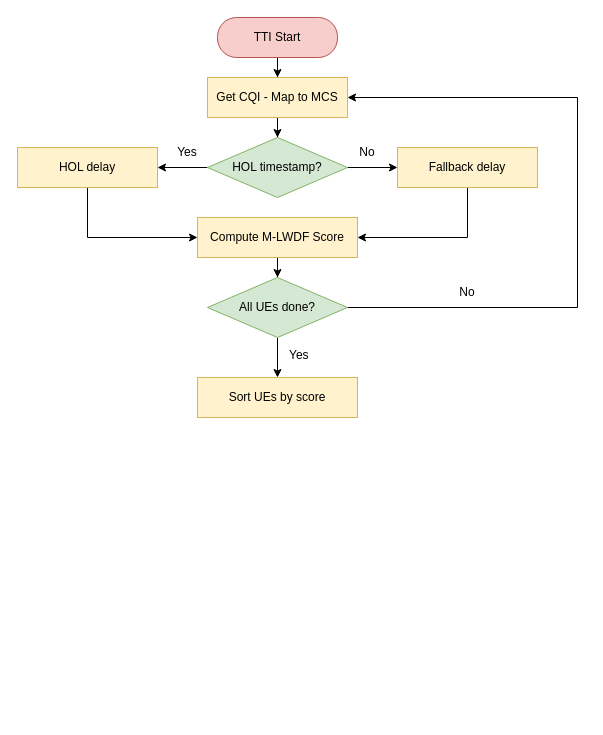
Graduation-Project-VHT/Diagrams keeps this draw.io diagram as QoS-Flowchart.drawio. Above is the earlier version. Source tidied: cells renumbered, new cells numbered last; positions are measured from the earlier drawing's top-left corner, leaving out a move shared by most shapes. Both pictures are drawn from the tidied source at 100%, with x=0, y=0 at pixel (17, 17).
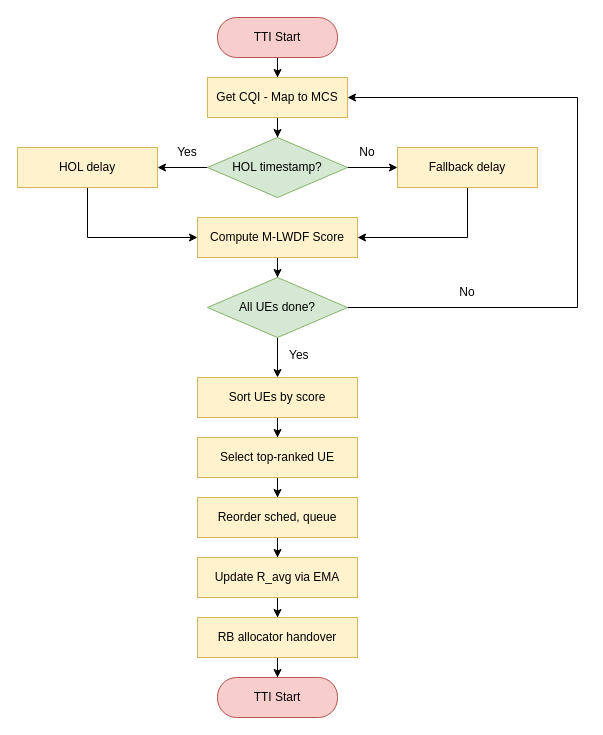
Above is the later version.

The change refers to these unchanged cells:
```xml
<mxCell id="20" value="Sort UEs by score" style="rounded=0;whiteSpace=wrap;html=1;fillColor=#fff2cc;strokeColor=#d6b656;" parent="1" vertex="1">
  <mxGeometry x="180" y="360" width="160" height="40" as="geometry" />
</mxCell>
```

The edit, as a diff of the source:
```diff
@@
+    <mxCell id="23" style="edgeStyle=orthogonalEdgeStyle;rounded=0;jettySize=auto;html=1;" parent="1" edge="1" source="20" target="25">
+      <mxGeometry relative="1" as="geometry" />
+    </mxCell>
@@
+    <mxCell id="24" style="edgeStyle=orthogonalEdgeStyle;rounded=0;jettySize=auto;html=1;entryX=0.5;entryY=0;entryDx=0;entryDy=0;" parent="1" edge="1" source="25" target="27">
+      <mxGeometry relative="1" as="geometry" />
+    </mxCell>
+    <mxCell id="25" value="Select top-ranked UE" style="rounded=0;whiteSpace=wrap;html=1;fillColor=#fff2cc;strokeColor=#d6b656;" parent="1" vertex="1">
+      <mxGeometry x="180" y="420" width="160" height="40" as="geometry" />
+    </mxCell>
+    <mxCell id="26" style="edgeStyle=orthogonalEdgeStyle;rounded=0;jettySize=auto;html=1;entryX=0.5;entryY=0;entryDx=0;entryDy=0;" parent="1" edge="1" source="27" target="29">
+      <mxGeometry relative="1" as="geometry" />
+    </mxCell>
+    <mxCell id="27" value="Reorder sched, queue" style="rounded=0;whiteSpace=wrap;html=1;fillColor=#fff2cc;strokeColor=#d6b656;" parent="1" vertex="1">
+      <mxGeometry x="180" y="480" width="160" height="40" as="geometry" />
+    </mxCell>
+    <mxCell id="28" style="edgeStyle=orthogonalEdgeStyle;rounded=0;jettySize=auto;html=1;entryX=0.5;entryY=0;entryDx=0;entryDy=0;" parent="1" edge="1" source="29" target="31">
+      <mxGeometry relative="1" as="geometry" />
+    </mxCell>
+    <mxCell id="29" value="Update R_avg via EMA" style="rounded=0;whiteSpace=wrap;html=1;fillColor=#fff2cc;strokeColor=#d6b656;" parent="1" vertex="1">
+      <mxGeometry x="180" y="540" width="160" height="40" as="geometry" />
+    </mxCell>
+    <mxCell id="30" style="edgeStyle=orthogonalEdgeStyle;rounded=0;jettySize=auto;html=1;" parent="1" edge="1" source="31" target="32">
+      <mxGeometry relative="1" as="geometry" />
+    </mxCell>
+    <mxCell id="31" value="RB allocator handover" style="rounded=0;whiteSpace=wrap;html=1;fillColor=#fff2cc;strokeColor=#d6b656;" parent="1" vertex="1">
+      <mxGeometry x="180" y="600" width="160" height="40" as="geometry" />
+    </mxCell>
+    <mxCell id="32" value="TTI Start" style="rounded=1;whiteSpace=wrap;html=1;fontSize=12;arcSize=48;fillColor=#f8cecc;strokeColor=#b85450;" parent="1" vertex="1">
+      <mxGeometry x="200" y="660" width="120" height="40" as="geometry" />
+    </mxCell>
```
